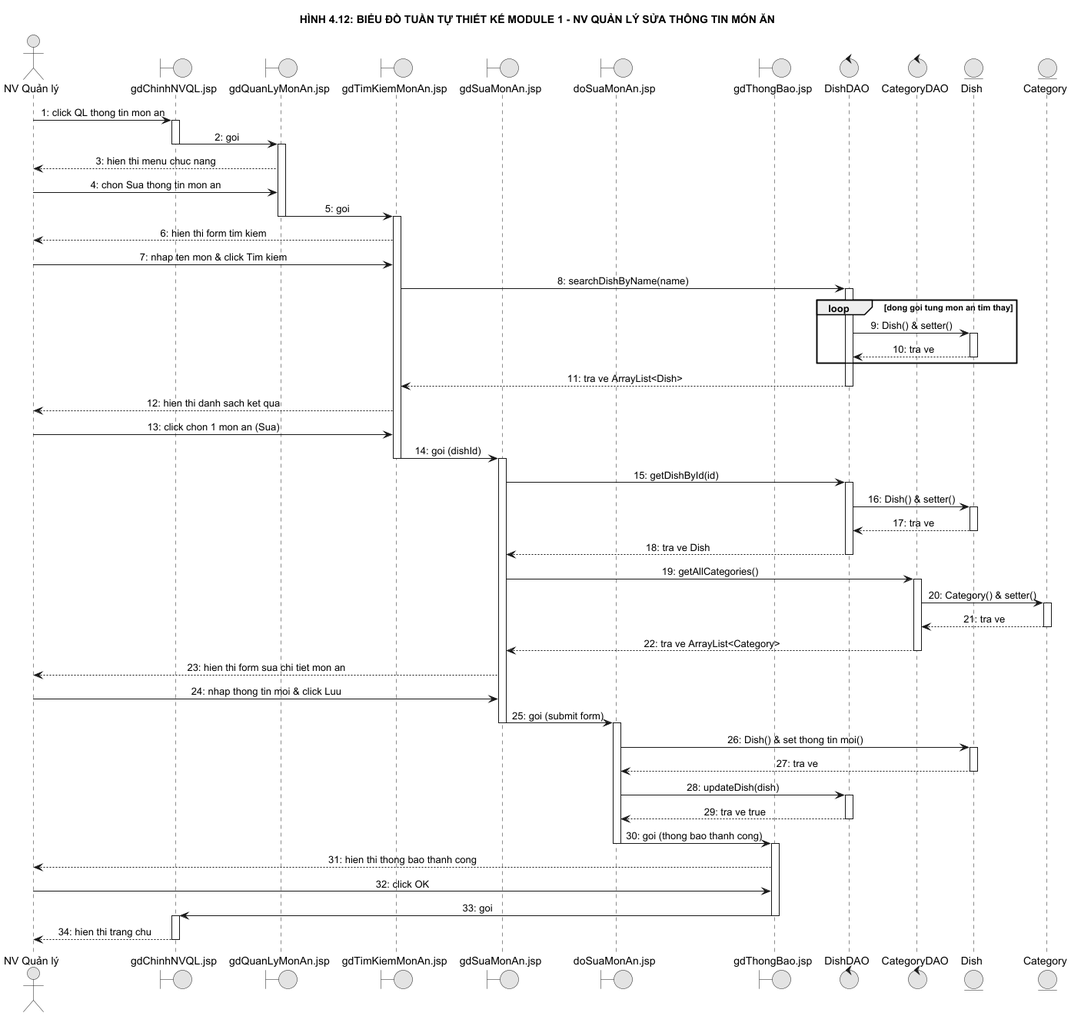
Earlier version of the PlantUML export docs/diagrams/Design_05_Module1_Sequence.png (NEWBIE1005/RMS_RestaurantManagementSystem). Source of this version:
```plantuml
@startuml Design_05_Module1_Sequence
skinparam monochrome true
skinparam shadowing false
skinparam sequenceMessageAlign center
skinparam responseMessageBelowArrow true

title HÌNH 4.12: BIỂU ĐỒ TUẦN TỰ THIẾT KẾ MODULE 1 - NV QUẢN LÝ SỬA THÔNG TIN MÓN ĂN

actor "NV Quản lý" as NV
boundary "gdChinhNVQL.jsp" as gdChinh
boundary "gdQuanLyMonAn.jsp" as gdMenu
boundary "gdTimKiemMonAn.jsp" as gdTim
boundary "gdSuaMonAn.jsp" as gdSua
boundary "doSuaMonAn.jsp" as doSua
boundary "gdThongBao.jsp" as gdBao
control "DishDAO" as DishDAO
control "CategoryDAO" as CatDAO
entity "Dish" as Dish
entity "Category" as Cat

NV -> gdChinh : 1: click QL thong tin mon an
activate gdChinh
gdChinh -> gdMenu : 2: goi
deactivate gdChinh
activate gdMenu
gdMenu --> NV : 3: hien thi menu chuc nang
NV -> gdMenu : 4: chon Sua thong tin mon an
gdMenu -> gdTim : 5: goi
deactivate gdMenu
activate gdTim
gdTim --> NV : 6: hien thi form tim kiem
NV -> gdTim : 7: nhap ten mon & click Tim kiem
gdTim -> DishDAO : 8: searchDishByName(name)
activate DishDAO
loop dong goi tung mon an tim thay
    DishDAO -> Dish : 9: Dish() & setter()
    activate Dish
    Dish --> DishDAO : 10: tra ve
    deactivate Dish
end
DishDAO --> gdTim : 11: tra ve ArrayList<Dish>
deactivate DishDAO
gdTim --> NV : 12: hien thi danh sach ket qua
NV -> gdTim : 13: click chon 1 mon an (Sua)
gdTim -> gdSua : 14: goi (dishId)
deactivate gdTim
activate gdSua
gdSua -> DishDAO : 15: getDishById(id)
activate DishDAO
DishDAO -> Dish : 16: Dish() & setter()
activate Dish
Dish --> DishDAO : 17: tra ve
deactivate Dish
DishDAO --> gdSua : 18: tra ve Dish
deactivate DishDAO
gdSua -> CatDAO : 19: getAllCategories()
activate CatDAO
CatDAO -> Cat : 20: Category() & setter()
activate Cat
Cat --> CatDAO : 21: tra ve
deactivate Cat
CatDAO --> gdSua : 22: tra ve ArrayList<Category>
deactivate CatDAO
gdSua --> NV : 23: hien thi form sua chi tiet mon an
NV -> gdSua : 24: nhap thong tin moi & click Luu
gdSua -> doSua : 25: goi (submit form)
deactivate gdSua
activate doSua
doSua -> Dish : 26: Dish() & set thong tin moi()
activate Dish
Dish --> doSua : 27: tra ve
deactivate Dish
doSua -> DishDAO : 28: updateDish(dish)
activate DishDAO
DishDAO --> doSua : 29: tra ve true
deactivate DishDAO
doSua -> gdBao : 30: goi (thong bao thanh cong)
deactivate doSua
activate gdBao
gdBao --> NV : 31: hien thi thong bao thanh cong
NV -> gdBao : 32: click OK
gdBao -> gdChinh : 33: goi
deactivate gdBao
activate gdChinh
gdChinh --> NV : 34: hien thi trang chu
deactivate gdChinh

@enduml
```
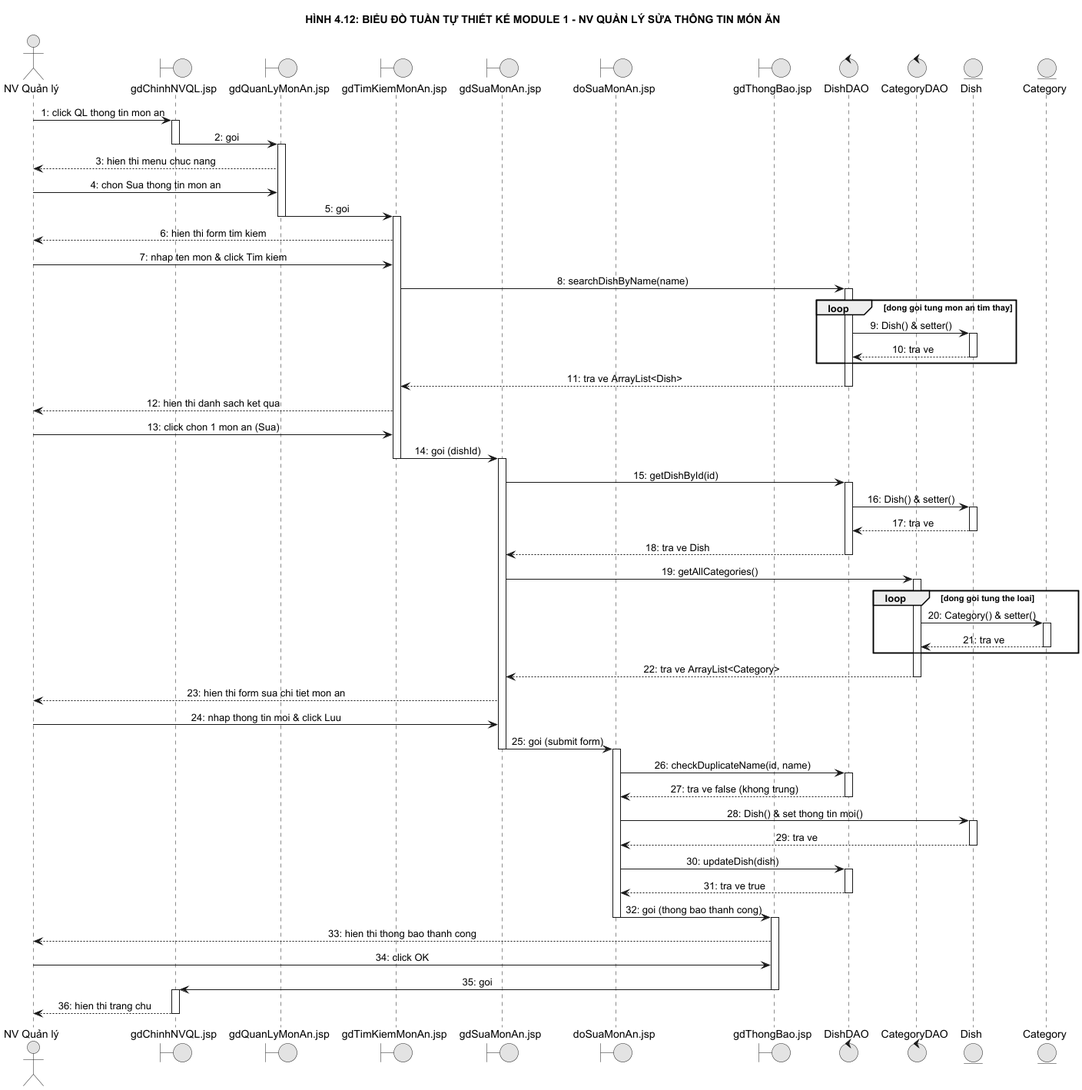
Later version of the same file.

The edit, as a diff of the source:
```diff
@@ -55,10 +55,12 @@
 deactivate DishDAO
 gdSua -> CatDAO : 19: getAllCategories()
 activate CatDAO
-CatDAO -> Cat : 20: Category() & setter()
-activate Cat
-Cat --> CatDAO : 21: tra ve
-deactivate Cat
+loop dong goi tung the loai
+    CatDAO -> Cat : 20: Category() & setter()
+    activate Cat
+    Cat --> CatDAO : 21: tra ve
+    deactivate Cat
+end
 CatDAO --> gdSua : 22: tra ve ArrayList<Category>
 deactivate CatDAO
 gdSua --> NV : 23: hien thi form sua chi tiet mon an
@@ -66,23 +68,27 @@
 gdSua -> doSua : 25: goi (submit form)
 deactivate gdSua
 activate doSua
-doSua -> Dish : 26: Dish() & set thong tin moi()
+doSua -> DishDAO : 26: checkDuplicateName(id, name)
+activate DishDAO
+DishDAO --> doSua : 27: tra ve false (khong trung)
+deactivate DishDAO
+doSua -> Dish : 28: Dish() & set thong tin moi()
 activate Dish
-Dish --> doSua : 27: tra ve
+Dish --> doSua : 29: tra ve
 deactivate Dish
-doSua -> DishDAO : 28: updateDish(dish)
+doSua -> DishDAO : 30: updateDish(dish)
 activate DishDAO
-DishDAO --> doSua : 29: tra ve true
+DishDAO --> doSua : 31: tra ve true
 deactivate DishDAO
-doSua -> gdBao : 30: goi (thong bao thanh cong)
+doSua -> gdBao : 32: goi (thong bao thanh cong)
 deactivate doSua
 activate gdBao
-gdBao --> NV : 31: hien thi thong bao thanh cong
-NV -> gdBao : 32: click OK
-gdBao -> gdChinh : 33: goi
+gdBao --> NV : 33: hien thi thong bao thanh cong
+NV -> gdBao : 34: click OK
+gdBao -> gdChinh : 35: goi
 deactivate gdBao
 activate gdChinh
-gdChinh --> NV : 34: hien thi trang chu
+gdChinh --> NV : 36: hien thi trang chu
 deactivate gdChinh
 
 @enduml
```
